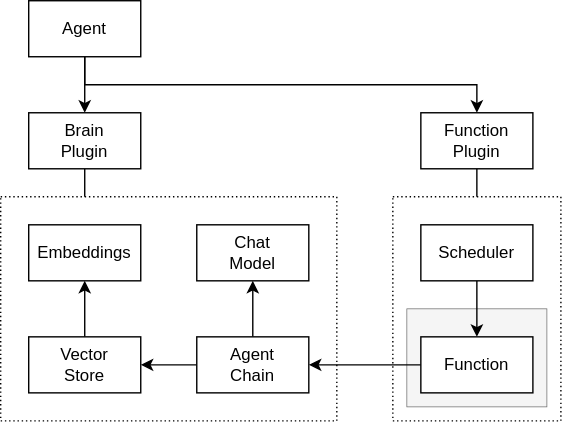
Earlier version of the draw.io export docs/docs/design/diagrams/chain.drawio.svg (dxos/dxos). Source tidied: cells renumbered, new cells last; positions are measured from the earlier drawing's top-left corner, leaving out a move shared by most shapes. Its diagram source:
```xml
<mxGraphModel>
  <root>
    <mxCell id="0" />
    <mxCell id="1" parent="0" />
    <mxCell id="2" style="rounded=0;whiteSpace=wrap;html=1;fillColor=none;dashed=1;dashPattern=1 2;" parent="1" vertex="1">
      <mxGeometry x="280" y="140" width="120" height="160" as="geometry" />
    </mxCell>
    <mxCell id="3" style="rounded=0;whiteSpace=wrap;html=1;fillColor=#f5f5f5;fontColor=#333333;strokeColor=#666666;strokeWidth=0.5;" parent="1" vertex="1">
      <mxGeometry x="290" y="220" width="100" height="70" as="geometry" />
    </mxCell>
    <mxCell id="4" style="rounded=0;whiteSpace=wrap;html=1;fillColor=none;dashed=1;dashPattern=1 2;" parent="1" vertex="1">
      <mxGeometry y="140" width="240" height="160" as="geometry" />
    </mxCell>
    <mxCell id="5" style="edgeStyle=none;html=1;" parent="1" edge="1" source="6" target="7">
      <mxGeometry relative="1" as="geometry" />
    </mxCell>
    <mxCell id="6" value="Vector&lt;br&gt;Store" style="rounded=0;whiteSpace=wrap;html=1;" parent="1" vertex="1">
      <mxGeometry x="20" y="240" width="80" height="40" as="geometry" />
    </mxCell>
    <mxCell id="7" value="Embeddings" style="rounded=0;whiteSpace=wrap;html=1;" parent="1" vertex="1">
      <mxGeometry x="20" y="160" width="80" height="40" as="geometry" />
    </mxCell>
    <mxCell id="8" style="edgeStyle=none;html=1;endArrow=classic;endFill=1;" parent="1" edge="1" source="20" target="9">
      <mxGeometry relative="1" as="geometry" />
    </mxCell>
    <mxCell id="9" value="Chat&lt;br&gt;Model" style="rounded=0;whiteSpace=wrap;html=1;" parent="1" vertex="1">
      <mxGeometry x="140" y="160" width="80" height="40" as="geometry" />
    </mxCell>
    <mxCell id="10" style="edgeStyle=none;html=1;exitX=0.5;exitY=1;exitDx=0;exitDy=0;" parent="1" edge="1" source="12" target="17">
      <mxGeometry relative="1" as="geometry" />
    </mxCell>
    <mxCell id="11" style="edgeStyle=none;html=1;exitX=0.5;exitY=1;exitDx=0;exitDy=0;entryX=0.5;entryY=0;entryDx=0;entryDy=0;rounded=0;" parent="1" edge="1" source="12" target="18">
      <mxGeometry relative="1" as="geometry">
        <Array as="points">
          <mxPoint x="60" y="60" />
          <mxPoint x="340" y="60" />
        </Array>
      </mxGeometry>
    </mxCell>
    <mxCell id="12" value="Agent" style="rounded=0;whiteSpace=wrap;html=1;" parent="1" vertex="1">
      <mxGeometry x="20" width="80" height="40" as="geometry" />
    </mxCell>
    <mxCell id="13" style="edgeStyle=none;html=1;endArrow=none;endFill=0;" parent="1" edge="1" source="18" target="2">
      <mxGeometry relative="1" as="geometry" />
    </mxCell>
    <mxCell id="14" style="edgeStyle=none;html=1;endArrow=classic;endFill=1;" parent="1" edge="1" source="15" target="20">
      <mxGeometry relative="1" as="geometry" />
    </mxCell>
    <mxCell id="15" value="Function" style="rounded=0;whiteSpace=wrap;html=1;" parent="1" vertex="1">
      <mxGeometry x="300" y="240" width="80" height="40" as="geometry" />
    </mxCell>
    <mxCell id="16" style="edgeStyle=none;rounded=0;html=1;exitX=0.5;exitY=1;exitDx=0;exitDy=0;entryX=0.25;entryY=0;entryDx=0;entryDy=0;endArrow=none;endFill=0;" parent="1" edge="1" source="17" target="4">
      <mxGeometry relative="1" as="geometry" />
    </mxCell>
    <mxCell id="17" value="Brain&lt;br&gt;Plugin" style="rounded=0;whiteSpace=wrap;html=1;" parent="1" vertex="1">
      <mxGeometry x="20" y="80" width="80" height="40" as="geometry" />
    </mxCell>
    <mxCell id="18" value="Function&lt;br&gt;Plugin" style="rounded=0;whiteSpace=wrap;html=1;" parent="1" vertex="1">
      <mxGeometry x="300" y="80" width="80" height="40" as="geometry" />
    </mxCell>
    <mxCell id="19" style="edgeStyle=none;rounded=0;html=1;endArrow=classic;endFill=1;" parent="1" edge="1" source="20" target="6">
      <mxGeometry relative="1" as="geometry" />
    </mxCell>
    <mxCell id="20" value="Agent&lt;br&gt;Chain" style="rounded=0;whiteSpace=wrap;html=1;" parent="1" vertex="1">
      <mxGeometry x="140" y="240" width="80" height="40" as="geometry" />
    </mxCell>
    <mxCell id="21" style="edgeStyle=none;rounded=0;html=1;" parent="1" edge="1" source="22" target="15">
      <mxGeometry relative="1" as="geometry" />
    </mxCell>
    <mxCell id="22" value="Scheduler" style="rounded=0;whiteSpace=wrap;html=1;" parent="1" vertex="1">
      <mxGeometry x="300" y="160" width="80" height="40" as="geometry" />
    </mxCell>
  </root>
</mxGraphModel>
```
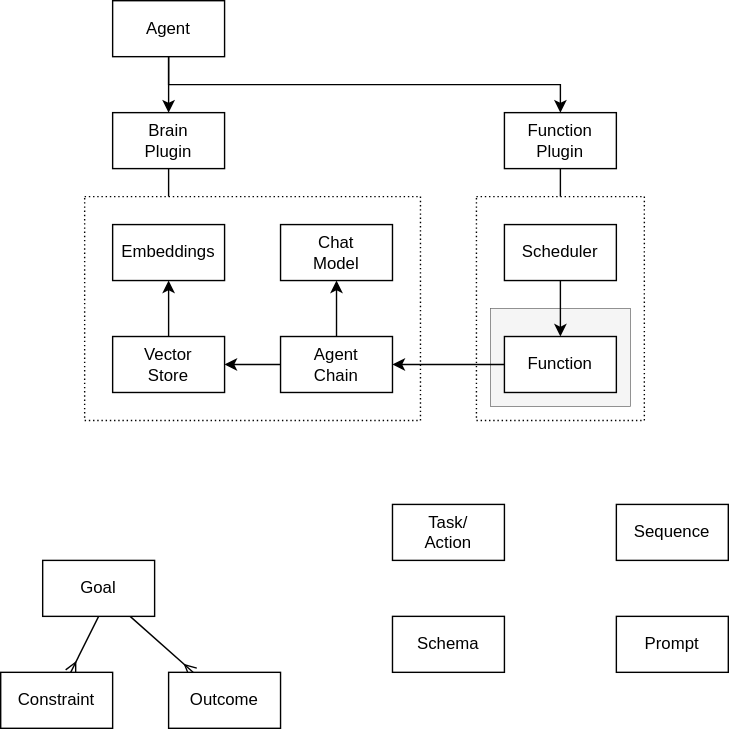
After the change.

What changed in the source:
```diff
@@ -70,5 +70,32 @@
     <mxCell id="22" value="Scheduler" style="rounded=0;whiteSpace=wrap;html=1;" parent="1" vertex="1">
       <mxGeometry x="300" y="160" width="80" height="40" as="geometry" />
     </mxCell>
+    <mxCell id="23" style="edgeStyle=none;html=1;exitX=0.5;exitY=1;exitDx=0;exitDy=0;endArrow=ERmany;endFill=0;" parent="1" edge="1" source="25" target="28">
+      <mxGeometry relative="1" as="geometry" />
+    </mxCell>
+    <mxCell id="24" style="edgeStyle=none;html=1;endArrow=ERmany;endFill=0;" parent="1" edge="1" source="25" target="30">
+      <mxGeometry relative="1" as="geometry" />
+    </mxCell>
+    <mxCell id="25" value="Goal" style="rounded=0;whiteSpace=wrap;html=1;" parent="1" vertex="1">
+      <mxGeometry x="-30" y="400" width="80" height="40" as="geometry" />
+    </mxCell>
+    <mxCell id="26" value="Sequence" style="rounded=0;whiteSpace=wrap;html=1;" parent="1" vertex="1">
+      <mxGeometry x="380" y="360" width="80" height="40" as="geometry" />
+    </mxCell>
+    <mxCell id="27" value="Prompt" style="rounded=0;whiteSpace=wrap;html=1;" parent="1" vertex="1">
+      <mxGeometry x="380" y="440" width="80" height="40" as="geometry" />
+    </mxCell>
+    <mxCell id="28" value="Constraint" style="rounded=0;whiteSpace=wrap;html=1;" parent="1" vertex="1">
+      <mxGeometry x="-60" y="480" width="80" height="40" as="geometry" />
+    </mxCell>
+    <mxCell id="29" value="Task/&lt;br&gt;Action" style="rounded=0;whiteSpace=wrap;html=1;" parent="1" vertex="1">
+      <mxGeometry x="220" y="360" width="80" height="40" as="geometry" />
+    </mxCell>
+    <mxCell id="30" value="Outcome" style="rounded=0;whiteSpace=wrap;html=1;" parent="1" vertex="1">
+      <mxGeometry x="60" y="480" width="80" height="40" as="geometry" />
+    </mxCell>
+    <mxCell id="31" value="Schema" style="rounded=0;whiteSpace=wrap;html=1;" parent="1" vertex="1">
+      <mxGeometry x="220" y="440" width="80" height="40" as="geometry" />
+    </mxCell>
   </root>
 </mxGraphModel>
```
